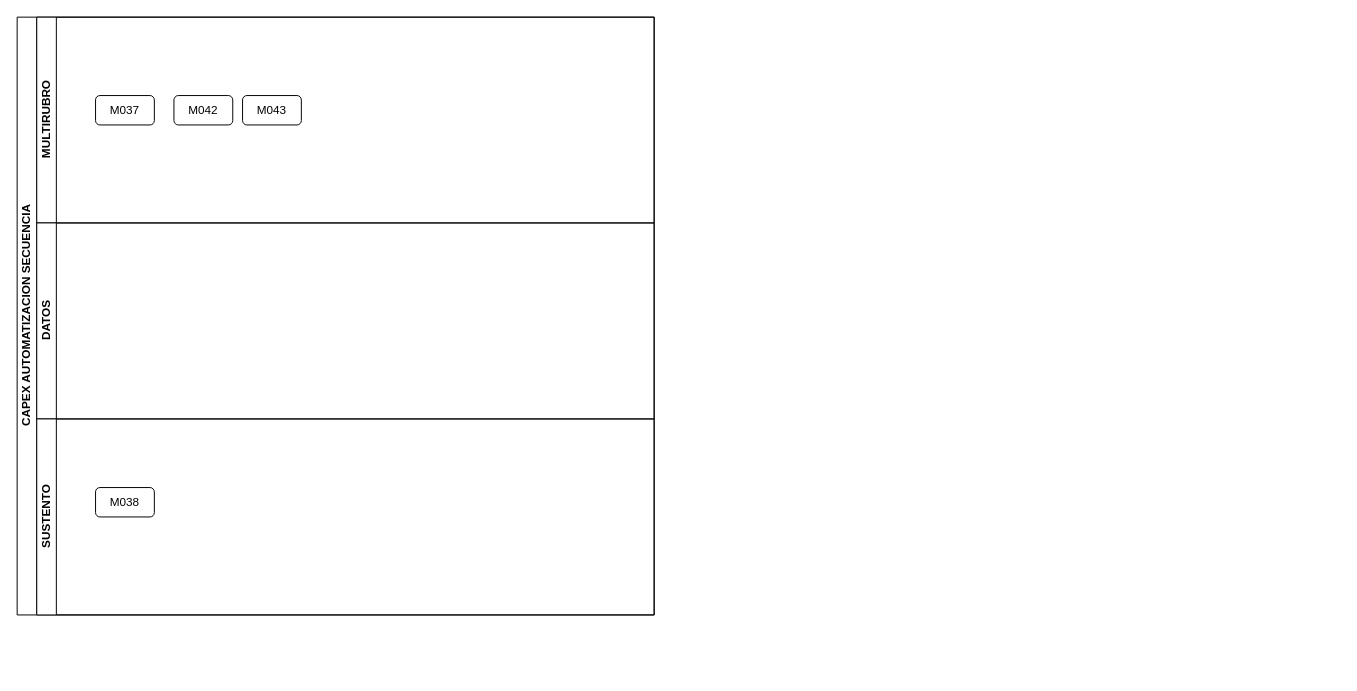
This is Capex_Automatizacion_secuencia_ejecucion.drawio from carlsromec/procesos-diagramas, a draw.io file, before an edit. Source tidied: cells renumbered, new cells numbered last; positions are measured from the earlier drawing's top-left corner, leaving out a move shared by most shapes. Both pictures are drawn from the tidied source at 98%, with x=0, y=0 at pixel (17, 17).
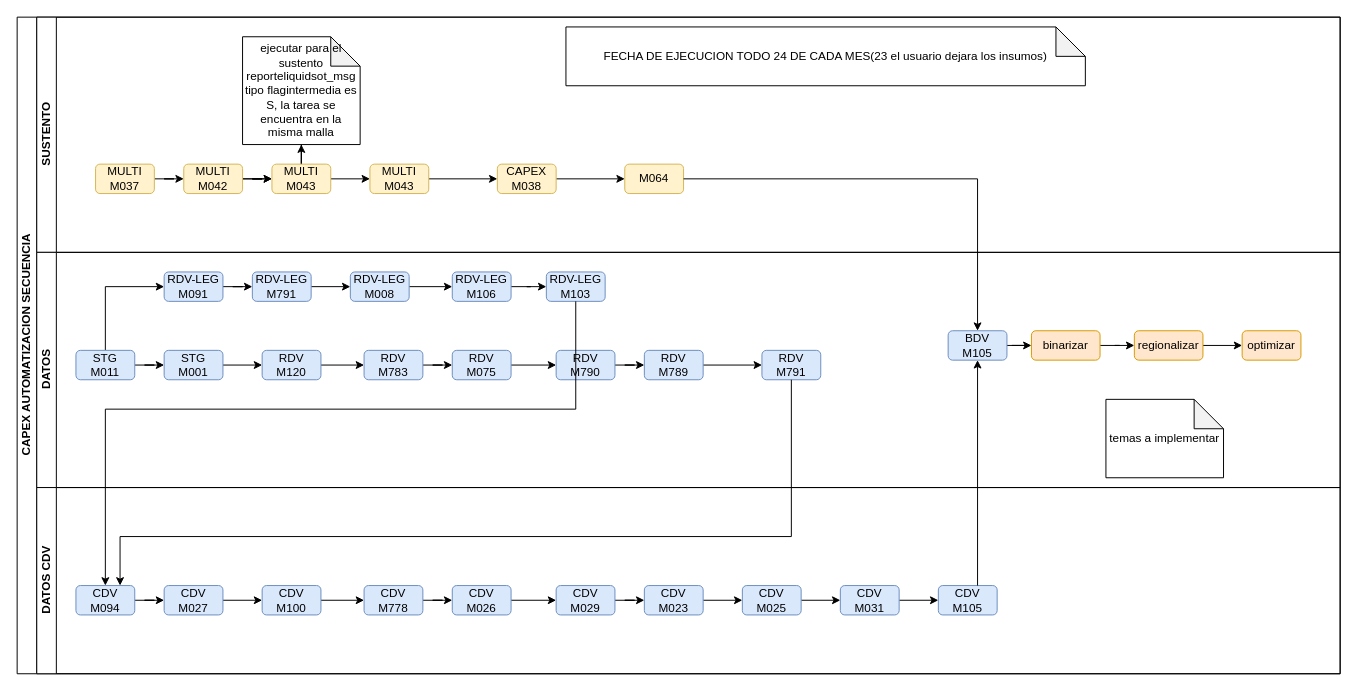
The same page after the edit.

The edit, as a diff of the source:
```diff
@@
     <mxCell id="2" value="CAPEX AUTOMATIZACION SECUENCIA" style="swimlane;horizontal=0;startSize=20;html=1;" parent="1" vertex="1">
-      <mxGeometry width="650" height="610" as="geometry" />
+      <mxGeometry width="1350" height="670" as="geometry" />
     </mxCell>
-    <mxCell id="3" value="MULTIRUBRO" style="swimlane;startSize=20;horizontal=0;html=1;" parent="2" vertex="1">
-      <mxGeometry x="20" width="630" height="210" as="geometry" />
+    <mxCell id="3" value="SUSTENTO" style="swimlane;startSize=20;horizontal=0;html=1;" parent="2" vertex="1">
+      <mxGeometry x="20" width="1330" height="240" as="geometry" />
     </mxCell>
+    <mxCell id="10" style="edgeStyle=orthogonalEdgeStyle;rounded=0;jettySize=auto;html=1;" parent="3" edge="1" source="4" target="5">
+      <mxGeometry relative="1" as="geometry" />
+    </mxCell>
-    <mxCell id="4" value="M037" style="rounded=1;whiteSpace=wrap;html=1;" parent="3" vertex="1">
-      <mxGeometry x="60" y="80" width="60" height="30" as="geometry" />
+    <mxCell id="4" value="MULTI&lt;br&gt;M037" style="rounded=1;whiteSpace=wrap;html=1;fillColor=#fff2cc;strokeColor=#d6b656;" parent="3" vertex="1">
+      <mxGeometry x="60" y="150" width="60" height="30" as="geometry" />
     </mxCell>
+    <mxCell id="11" style="edgeStyle=orthogonalEdgeStyle;rounded=0;jettySize=auto;html=1;" parent="3" edge="1" source="5" target="6">
+      <mxGeometry relative="1" as="geometry" />
+    </mxCell>
+    <mxCell id="12" style="edgeStyle=orthogonalEdgeStyle;rounded=0;jettySize=auto;html=1;" parent="3" edge="1" source="5" target="6">
+      <mxGeometry relative="1" as="geometry" />
+    </mxCell>
-    <mxCell id="5" value="M042" style="rounded=1;whiteSpace=wrap;html=1;" parent="3" vertex="1">
-      <mxGeometry x="140" y="80" width="60" height="30" as="geometry" />
+    <mxCell id="5" value="MULTI&lt;br&gt;M042" style="rounded=1;whiteSpace=wrap;html=1;fillColor=#fff2cc;strokeColor=#d6b656;" parent="3" vertex="1">
+      <mxGeometry x="150" y="150" width="60" height="30" as="geometry" />
     </mxCell>
+    <mxCell id="13" style="edgeStyle=orthogonalEdgeStyle;rounded=0;jettySize=auto;html=1;" parent="3" edge="1" source="6" target="16">
+      <mxGeometry relative="1" as="geometry" />
+    </mxCell>
+    <mxCell id="14" style="edgeStyle=orthogonalEdgeStyle;rounded=0;jettySize=auto;html=1;" parent="3" edge="1" source="6" target="17">
+      <mxGeometry relative="1" as="geometry" />
+    </mxCell>
-    <mxCell id="6" value="M043" style="rounded=1;whiteSpace=wrap;html=1;" parent="3" vertex="1">
-      <mxGeometry x="210" y="80" width="60" height="30" as="geometry" />
+    <mxCell id="6" value="MULTI&lt;br&gt;M043" style="rounded=1;whiteSpace=wrap;html=1;fillColor=#fff2cc;strokeColor=#d6b656;" parent="3" vertex="1">
+      <mxGeometry x="240" y="150" width="60" height="30" as="geometry" />
     </mxCell>
+    <mxCell id="15" style="edgeStyle=orthogonalEdgeStyle;rounded=0;jettySize=auto;html=1;" parent="3" edge="1" source="16" target="9">
+      <mxGeometry relative="1" as="geometry" />
+    </mxCell>
+    <mxCell id="16" value="MULTI&lt;br&gt;M043" style="rounded=1;whiteSpace=wrap;html=1;fillColor=#fff2cc;strokeColor=#d6b656;" parent="3" vertex="1">
+      <mxGeometry x="340" y="150" width="60" height="30" as="geometry" />
+    </mxCell>
+    <mxCell id="17" value="ejecutar para el sustento reporteliquidsot_msg&lt;br&gt;tipo flagintermedia es S, la tarea se encuentra en la misma malla" style="shape=note;whiteSpace=wrap;html=1;backgroundOutline=1;darkOpacity=0.05;" parent="3" vertex="1">
+      <mxGeometry x="210" y="20" width="120" height="110" as="geometry" />
+    </mxCell>
+    <mxCell id="18" style="edgeStyle=orthogonalEdgeStyle;rounded=0;jettySize=auto;html=1;" parent="3" edge="1" source="9" target="19">
+      <mxGeometry relative="1" as="geometry" />
+    </mxCell>
+    <mxCell id="9" value="CAPEX&lt;br&gt;M038" style="rounded=1;whiteSpace=wrap;html=1;fillColor=#fff2cc;strokeColor=#d6b656;" parent="3" vertex="1">
+      <mxGeometry x="470" y="150" width="60" height="30" as="geometry" />
+    </mxCell>
+    <mxCell id="19" value="M064" style="rounded=1;whiteSpace=wrap;html=1;fillColor=#fff2cc;strokeColor=#d6b656;" parent="3" vertex="1">
+      <mxGeometry x="600" y="150" width="60" height="30" as="geometry" />
+    </mxCell>
+    <mxCell id="20" value="FECHA DE EJECUCION TODO 24 DE CADA MES(23 el usuario dejara los insumos)" style="shape=note;whiteSpace=wrap;html=1;backgroundOutline=1;darkOpacity=0.05;" parent="3" vertex="1">
+      <mxGeometry x="540" y="10" width="530" height="60" as="geometry" />
+    </mxCell>
     <mxCell id="7" value="DATOS" style="swimlane;startSize=20;horizontal=0;html=1;" parent="2" vertex="1">
-      <mxGeometry x="20" y="210" width="630" height="200" as="geometry" />
+      <mxGeometry x="20" y="240" width="1330" height="240" as="geometry" />
     </mxCell>
-    <mxCell id="8" value="SUSTENTO" style="swimlane;startSize=20;horizontal=0;html=1;" parent="2" vertex="1">
-      <mxGeometry x="20" y="410" width="630" height="200" as="geometry" />
-    </mxCell>
-    <mxCell id="9" value="M038" style="rounded=1;whiteSpace=wrap;html=1;" parent="8" vertex="1">
-      <mxGeometry x="60" y="70" width="60" height="30" as="geometry" />
-    </mxCell>
+    <mxCell id="21" style="edgeStyle=orthogonalEdgeStyle;rounded=0;jettySize=auto;html=1;" parent="7" edge="1" source="23" target="25">
+      <mxGeometry relative="1" as="geometry" />
+    </mxCell>
+    <mxCell id="22" style="edgeStyle=orthogonalEdgeStyle;rounded=0;jettySize=auto;html=1;" parent="7" edge="1" source="23" target="31">
+      <mxGeometry relative="1" as="geometry">
+        <Array as="points">
+          <mxPoint x="70" y="35" />
+        </Array>
+      </mxGeometry>
+    </mxCell>
+    <mxCell id="23" value="STG&lt;br&gt;M011" style="rounded=1;whiteSpace=wrap;html=1;fillColor=#dae8fc;strokeColor=#6c8ebf;" parent="7" vertex="1">
+      <mxGeometry x="40" y="100" width="60" height="30" as="geometry" />
+    </mxCell>
+    <mxCell id="24" style="edgeStyle=orthogonalEdgeStyle;rounded=0;jettySize=auto;html=1;" parent="7" edge="1" source="25" target="27">
+      <mxGeometry relative="1" as="geometry" />
+    </mxCell>
+    <mxCell id="25" value="STG&lt;br&gt;M001" style="rounded=1;whiteSpace=wrap;html=1;fillColor=#dae8fc;strokeColor=#6c8ebf;" parent="7" vertex="1">
+      <mxGeometry x="130" y="100" width="60" height="30" as="geometry" />
+    </mxCell>
+    <mxCell id="26" style="edgeStyle=orthogonalEdgeStyle;rounded=0;jettySize=auto;html=1;" parent="7" edge="1" source="27" target="29">
+      <mxGeometry relative="1" as="geometry" />
+    </mxCell>
+    <mxCell id="27" value="RDV&lt;br&gt;M120" style="rounded=1;whiteSpace=wrap;html=1;fillColor=#dae8fc;strokeColor=#6c8ebf;" parent="7" vertex="1">
+      <mxGeometry x="230" y="100" width="60" height="30" as="geometry" />
+    </mxCell>
+    <mxCell id="28" style="edgeStyle=orthogonalEdgeStyle;rounded=0;jettySize=auto;html=1;" parent="7" edge="1" source="29" target="40">
+      <mxGeometry relative="1" as="geometry" />
+    </mxCell>
+    <mxCell id="29" value="RDV&lt;br&gt;M783" style="rounded=1;whiteSpace=wrap;html=1;fillColor=#dae8fc;strokeColor=#6c8ebf;" parent="7" vertex="1">
+      <mxGeometry x="334" y="100" width="60" height="30" as="geometry" />
+    </mxCell>
+    <mxCell id="30" style="edgeStyle=orthogonalEdgeStyle;rounded=0;jettySize=auto;html=1;" parent="7" edge="1" source="31" target="33">
+      <mxGeometry relative="1" as="geometry" />
+    </mxCell>
+    <mxCell id="31" value="RDV-LEG&lt;br&gt;M091" style="rounded=1;whiteSpace=wrap;html=1;fillColor=#dae8fc;strokeColor=#6c8ebf;" parent="7" vertex="1">
+      <mxGeometry x="130" y="20" width="60" height="30" as="geometry" />
+    </mxCell>
+    <mxCell id="32" style="edgeStyle=orthogonalEdgeStyle;rounded=0;jettySize=auto;html=1;" parent="7" edge="1" source="33" target="35">
+      <mxGeometry relative="1" as="geometry" />
+    </mxCell>
+    <mxCell id="33" value="RDV-LEG&lt;br&gt;M791" style="rounded=1;whiteSpace=wrap;html=1;fillColor=#dae8fc;strokeColor=#6c8ebf;" parent="7" vertex="1">
+      <mxGeometry x="220" y="20" width="60" height="30" as="geometry" />
+    </mxCell>
+    <mxCell id="34" style="edgeStyle=orthogonalEdgeStyle;rounded=0;jettySize=auto;html=1;" parent="7" edge="1" source="35" target="37">
+      <mxGeometry relative="1" as="geometry" />
+    </mxCell>
+    <mxCell id="35" value="RDV-LEG&lt;br&gt;M008" style="rounded=1;whiteSpace=wrap;html=1;fillColor=#dae8fc;strokeColor=#6c8ebf;" parent="7" vertex="1">
+      <mxGeometry x="320" y="20" width="60" height="30" as="geometry" />
+    </mxCell>
+    <mxCell id="36" style="edgeStyle=orthogonalEdgeStyle;rounded=0;jettySize=auto;html=1;" parent="7" edge="1" source="37" target="38">
+      <mxGeometry relative="1" as="geometry" />
+    </mxCell>
+    <mxCell id="37" value="RDV-LEG&lt;br&gt;M106" style="rounded=1;whiteSpace=wrap;html=1;fillColor=#dae8fc;strokeColor=#6c8ebf;" parent="7" vertex="1">
+      <mxGeometry x="424" y="20" width="60" height="30" as="geometry" />
+    </mxCell>
+    <mxCell id="38" value="RDV-LEG&lt;br&gt;M103" style="rounded=1;whiteSpace=wrap;html=1;fillColor=#dae8fc;strokeColor=#6c8ebf;" parent="7" vertex="1">
+      <mxGeometry x="520" y="20" width="60" height="30" as="geometry" />
+    </mxCell>
+    <mxCell id="39" style="edgeStyle=orthogonalEdgeStyle;rounded=0;jettySize=auto;html=1;" parent="7" edge="1" source="40" target="42">
+      <mxGeometry relative="1" as="geometry" />
+    </mxCell>
+    <mxCell id="40" value="RDV&lt;br&gt;M075" style="rounded=1;whiteSpace=wrap;html=1;fillColor=#dae8fc;strokeColor=#6c8ebf;" parent="7" vertex="1">
+      <mxGeometry x="424" y="100" width="60" height="30" as="geometry" />
+    </mxCell>
+    <mxCell id="41" style="edgeStyle=orthogonalEdgeStyle;rounded=0;jettySize=auto;html=1;" parent="7" edge="1" source="42" target="44">
+      <mxGeometry relative="1" as="geometry" />
+    </mxCell>
+    <mxCell id="42" value="RDV&lt;br&gt;M790" style="rounded=1;whiteSpace=wrap;html=1;fillColor=#dae8fc;strokeColor=#6c8ebf;" parent="7" vertex="1">
+      <mxGeometry x="530" y="100" width="60" height="30" as="geometry" />
+    </mxCell>
+    <mxCell id="43" style="edgeStyle=orthogonalEdgeStyle;rounded=0;jettySize=auto;html=1;" parent="7" edge="1" source="44" target="45">
+      <mxGeometry relative="1" as="geometry" />
+    </mxCell>
+    <mxCell id="44" value="RDV&lt;br&gt;M789" style="rounded=1;whiteSpace=wrap;html=1;fillColor=#dae8fc;strokeColor=#6c8ebf;" parent="7" vertex="1">
+      <mxGeometry x="620" y="100" width="60" height="30" as="geometry" />
+    </mxCell>
+    <mxCell id="45" value="RDV&lt;br&gt;M791" style="rounded=1;whiteSpace=wrap;html=1;fillColor=#dae8fc;strokeColor=#6c8ebf;" parent="7" vertex="1">
+      <mxGeometry x="740" y="100" width="60" height="30" as="geometry" />
+    </mxCell>
+    <mxCell id="46" style="edgeStyle=orthogonalEdgeStyle;rounded=0;jettySize=auto;html=1;entryX=0;entryY=0.5;entryDx=0;entryDy=0;" parent="7" edge="1" source="47" target="49">
+      <mxGeometry relative="1" as="geometry" />
+    </mxCell>
+    <mxCell id="47" value="BDV&lt;br&gt;M105" style="rounded=1;whiteSpace=wrap;html=1;fillColor=#dae8fc;strokeColor=#6c8ebf;" parent="7" vertex="1">
+      <mxGeometry x="930" y="80" width="60" height="30" as="geometry" />
+    </mxCell>
+    <mxCell id="48" style="edgeStyle=orthogonalEdgeStyle;rounded=0;jettySize=auto;html=1;entryX=0;entryY=0.5;entryDx=0;entryDy=0;" parent="7" edge="1" source="49" target="51">
+      <mxGeometry relative="1" as="geometry" />
+    </mxCell>
+    <mxCell id="49" value="binarizar" style="rounded=1;whiteSpace=wrap;html=1;fillColor=#ffe6cc;strokeColor=#d79b00;" parent="7" vertex="1">
+      <mxGeometry x="1015" y="80" width="70" height="30" as="geometry" />
+    </mxCell>
+    <mxCell id="50" style="edgeStyle=orthogonalEdgeStyle;rounded=0;jettySize=auto;html=1;" parent="7" edge="1" source="51" target="53">
+      <mxGeometry relative="1" as="geometry" />
+    </mxCell>
+    <mxCell id="51" value="regionalizar" style="rounded=1;whiteSpace=wrap;html=1;fillColor=#ffe6cc;strokeColor=#d79b00;" parent="7" vertex="1">
+      <mxGeometry x="1120" y="80" width="70" height="30" as="geometry" />
+    </mxCell>
+    <mxCell id="52" value="temas a implementar" style="shape=note;whiteSpace=wrap;html=1;backgroundOutline=1;darkOpacity=0.05;" parent="7" vertex="1">
+      <mxGeometry x="1091" y="150" width="120" height="80" as="geometry" />
+    </mxCell>
+    <mxCell id="53" value="optimizar" style="rounded=1;whiteSpace=wrap;html=1;fillColor=#ffe6cc;strokeColor=#d79b00;" parent="7" vertex="1">
+      <mxGeometry x="1230" y="80" width="60" height="30" as="geometry" />
+    </mxCell>
+    <mxCell id="54" value="DATOS CDV" style="swimlane;startSize=20;horizontal=0;html=1;" parent="2" vertex="1">
+      <mxGeometry x="20" y="480" width="1330" height="190" as="geometry" />
+    </mxCell>
+    <mxCell id="55" style="edgeStyle=orthogonalEdgeStyle;rounded=0;jettySize=auto;html=1;" parent="54" edge="1" source="56" target="58">
+      <mxGeometry relative="1" as="geometry" />
+    </mxCell>
+    <mxCell id="56" value="CDV&lt;br&gt;M094" style="rounded=1;whiteSpace=wrap;html=1;fillColor=#dae8fc;strokeColor=#6c8ebf;" parent="54" vertex="1">
+      <mxGeometry x="40" y="100" width="60" height="30" as="geometry" />
+    </mxCell>
+    <mxCell id="57" style="edgeStyle=orthogonalEdgeStyle;rounded=0;jettySize=auto;html=1;" parent="54" edge="1" source="58" target="60">
+      <mxGeometry relative="1" as="geometry" />
+    </mxCell>
+    <mxCell id="58" value="CDV&lt;br&gt;M027" style="rounded=1;whiteSpace=wrap;html=1;fillColor=#dae8fc;strokeColor=#6c8ebf;" parent="54" vertex="1">
+      <mxGeometry x="130" y="100" width="60" height="30" as="geometry" />
+    </mxCell>
+    <mxCell id="59" style="edgeStyle=orthogonalEdgeStyle;rounded=0;jettySize=auto;html=1;" parent="54" edge="1" source="60" target="62">
+      <mxGeometry relative="1" as="geometry" />
+    </mxCell>
+    <mxCell id="60" value="CDV&lt;br&gt;M100" style="rounded=1;whiteSpace=wrap;html=1;fillColor=#dae8fc;strokeColor=#6c8ebf;" parent="54" vertex="1">
+      <mxGeometry x="230" y="100" width="60" height="30" as="geometry" />
+    </mxCell>
+    <mxCell id="61" style="edgeStyle=orthogonalEdgeStyle;rounded=0;jettySize=auto;html=1;" parent="54" edge="1" source="62" target="64">
+      <mxGeometry relative="1" as="geometry" />
+    </mxCell>
+    <mxCell id="62" value="CDV&lt;br&gt;M778" style="rounded=1;whiteSpace=wrap;html=1;fillColor=#dae8fc;strokeColor=#6c8ebf;" parent="54" vertex="1">
+      <mxGeometry x="334" y="100" width="60" height="30" as="geometry" />
+    </mxCell>
+    <mxCell id="63" style="edgeStyle=orthogonalEdgeStyle;rounded=0;jettySize=auto;html=1;" parent="54" edge="1" source="64" target="66">
+      <mxGeometry relative="1" as="geometry" />
+    </mxCell>
+    <mxCell id="64" value="CDV&lt;br&gt;M026" style="rounded=1;whiteSpace=wrap;html=1;fillColor=#dae8fc;strokeColor=#6c8ebf;" parent="54" vertex="1">
+      <mxGeometry x="424" y="100" width="60" height="30" as="geometry" />
+    </mxCell>
+    <mxCell id="65" style="edgeStyle=orthogonalEdgeStyle;rounded=0;jettySize=auto;html=1;" parent="54" edge="1" source="66" target="68">
+      <mxGeometry relative="1" as="geometry" />
+    </mxCell>
+    <mxCell id="66" value="CDV&lt;br&gt;M029" style="rounded=1;whiteSpace=wrap;html=1;fillColor=#dae8fc;strokeColor=#6c8ebf;" parent="54" vertex="1">
+      <mxGeometry x="530" y="100" width="60" height="30" as="geometry" />
+    </mxCell>
+    <mxCell id="67" style="edgeStyle=orthogonalEdgeStyle;rounded=0;jettySize=auto;html=1;" parent="54" edge="1" source="68" target="70">
+      <mxGeometry relative="1" as="geometry" />
+    </mxCell>
+    <mxCell id="68" value="CDV&lt;br&gt;M023" style="rounded=1;whiteSpace=wrap;html=1;fillColor=#dae8fc;strokeColor=#6c8ebf;" parent="54" vertex="1">
+      <mxGeometry x="620" y="100" width="60" height="30" as="geometry" />
+    </mxCell>
+    <mxCell id="69" style="edgeStyle=orthogonalEdgeStyle;rounded=0;jettySize=auto;html=1;" parent="54" edge="1" source="70" target="72">
+      <mxGeometry relative="1" as="geometry" />
+    </mxCell>
+    <mxCell id="70" value="CDV&lt;br&gt;M025" style="rounded=1;whiteSpace=wrap;html=1;fillColor=#dae8fc;strokeColor=#6c8ebf;" parent="54" vertex="1">
+      <mxGeometry x="720" y="100" width="60" height="30" as="geometry" />
+    </mxCell>
+    <mxCell id="71" style="edgeStyle=orthogonalEdgeStyle;rounded=0;jettySize=auto;html=1;" parent="54" edge="1" source="72" target="73">
+      <mxGeometry relative="1" as="geometry" />
+    </mxCell>
+    <mxCell id="72" value="CDV&lt;br&gt;M031" style="rounded=1;whiteSpace=wrap;html=1;fillColor=#dae8fc;strokeColor=#6c8ebf;" parent="54" vertex="1">
+      <mxGeometry x="820" y="100" width="60" height="30" as="geometry" />
+    </mxCell>
+    <mxCell id="73" value="CDV&lt;br&gt;M105" style="rounded=1;whiteSpace=wrap;html=1;fillColor=#dae8fc;strokeColor=#6c8ebf;" parent="54" vertex="1">
+      <mxGeometry x="920" y="100" width="60" height="30" as="geometry" />
+    </mxCell>
+    <mxCell id="74" style="edgeStyle=orthogonalEdgeStyle;rounded=0;jettySize=auto;html=1;entryX=0.75;entryY=0;entryDx=0;entryDy=0;" parent="2" edge="1" source="45" target="56">
+      <mxGeometry relative="1" as="geometry">
+        <Array as="points">
+          <mxPoint x="790" y="530" />
+          <mxPoint x="105" y="530" />
+        </Array>
+      </mxGeometry>
+    </mxCell>
+    <mxCell id="75" style="edgeStyle=orthogonalEdgeStyle;rounded=0;jettySize=auto;html=1;" parent="2" edge="1" source="38" target="56">
+      <mxGeometry relative="1" as="geometry">
+        <Array as="points">
+          <mxPoint x="570" y="400" />
+          <mxPoint x="90" y="400" />
+        </Array>
+      </mxGeometry>
+    </mxCell>
+    <mxCell id="76" style="edgeStyle=orthogonalEdgeStyle;rounded=0;jettySize=auto;html=1;entryX=0.5;entryY=1;entryDx=0;entryDy=0;" parent="2" edge="1" source="73" target="47">
+      <mxGeometry relative="1" as="geometry">
+        <Array as="points">
+          <mxPoint x="980" y="480" />
+          <mxPoint x="980" y="480" />
+        </Array>
+      </mxGeometry>
+    </mxCell>
+    <mxCell id="77" style="edgeStyle=orthogonalEdgeStyle;rounded=0;jettySize=auto;html=1;entryX=0.5;entryY=0;entryDx=0;entryDy=0;" parent="2" edge="1" source="19" target="47">
+      <mxGeometry relative="1" as="geometry" />
+    </mxCell>
```
